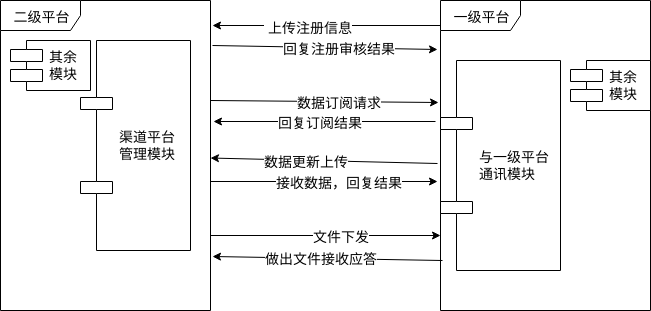
The draw.io diagram IOT-communication.png in waterwatermelon/graph, before a commit. Source tidied: cells renumbered, new cells last; positions are measured from the earlier drawing's top-left corner, leaving out a move shared by most shapes.
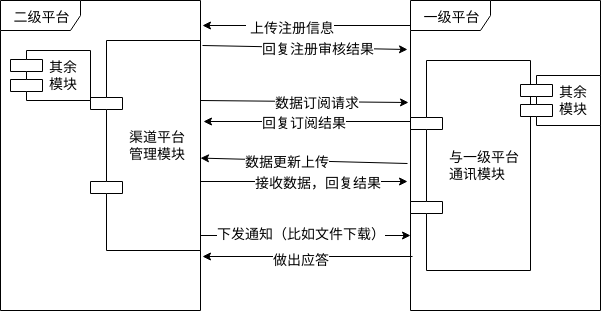
The same diagram one commit later.

Change to the diagram source:
```diff
@@ -3,16 +3,16 @@
     <mxCell id="0" />
     <mxCell id="1" parent="0" />
     <mxCell id="2" value="&lt;font style=&quot;font-size: 14px&quot;&gt;二级平台&lt;/font&gt;" style="shape=umlFrame;whiteSpace=wrap;html=1;width=80;height=30;" parent="1" vertex="1">
-      <mxGeometry width="210" height="310" as="geometry" />
+      <mxGeometry x="10" width="200" height="310" as="geometry" />
     </mxCell>
     <mxCell id="3" value="&lt;font style=&quot;font-size: 14px&quot;&gt;一级平台&lt;/font&gt;" style="shape=umlFrame;whiteSpace=wrap;html=1;width=80;height=30;" parent="1" vertex="1">
-      <mxGeometry x="440" width="210" height="310" as="geometry" />
+      <mxGeometry x="420" width="190" height="310" as="geometry" />
     </mxCell>
     <mxCell id="4" value="渠道平台&#10;管理模块" style="shape=component;align=left;spacingLeft=36;fontSize=14;" parent="1" vertex="1">
-      <mxGeometry x="80" y="40" width="110" height="210" as="geometry" />
+      <mxGeometry x="100" y="40" width="110" height="210" as="geometry" />
     </mxCell>
     <mxCell id="5" value="与一级平台&#10;通讯模块" style="shape=component;align=left;spacingLeft=36;fontSize=14;" parent="1" vertex="1">
-      <mxGeometry x="440" y="60" width="120" height="210" as="geometry" />
+      <mxGeometry x="420" y="60" width="120" height="210" as="geometry" />
     </mxCell>
     <mxCell id="6" style="endArrow=classic;html=1;fontSize=14;exitX=0;exitY=0.081;exitDx=0;exitDy=0;exitPerimeter=0;entryX=1.01;entryY=0.081;entryDx=0;entryDy=0;entryPerimeter=0;" parent="1" edge="1" source="3" target="2">
       <mxGeometry relative="1" as="geometry" />
@@ -43,14 +43,16 @@
     <mxCell id="14" style="endArrow=classic;html=1;fontSize=14;entryX=0;entryY=0.758;entryDx=0;entryDy=0;entryPerimeter=0;exitX=1;exitY=0.758;exitDx=0;exitDy=0;exitPerimeter=0;" parent="1" edge="1" source="2" target="3">
       <mxGeometry relative="1" as="geometry" />
     </mxCell>
-    <mxCell id="15" value="&lt;span&gt;文件下发&lt;/span&gt;&lt;br&gt;" style="text;html=1;align=center;verticalAlign=middle;labelBackgroundColor=#ffffff;fontSize=14;" parent="14" vertex="1">
-      <mxGeometry x="0.13" relative="1" as="geometry" />
+    <mxCell id="15" value="下发通知（比如文件下载）&lt;br&gt;" style="text;html=1;align=center;verticalAlign=middle;labelBackgroundColor=#ffffff;fontSize=14;" parent="14" vertex="1">
+      <mxGeometry x="0.13" relative="1" as="geometry">
+        <mxPoint x="-19" y="-3" as="offset" />
+      </mxGeometry>
     </mxCell>
     <mxCell id="16" value="其余&#10;模块" style="shape=component;align=left;spacingLeft=36;fontSize=14;" parent="1" vertex="1">
-      <mxGeometry x="10" y="40" width="80" height="50" as="geometry" />
+      <mxGeometry x="20" y="50" width="80" height="50" as="geometry" />
     </mxCell>
     <mxCell id="17" value="其余&#10;模块" style="shape=component;align=left;spacingLeft=36;fontSize=14;" parent="1" vertex="1">
-      <mxGeometry x="570" y="60" width="80" height="50" as="geometry" />
+      <mxGeometry x="530" y="75" width="80" height="50" as="geometry" />
     </mxCell>
     <mxCell id="18" style="endArrow=classic;html=1;fontSize=14;exitX=1;exitY=0.323;exitDx=0;exitDy=0;exitPerimeter=0;entryX=-0.01;entryY=0.329;entryDx=0;entryDy=0;entryPerimeter=0;" parent="1" edge="1" source="2" target="3">
       <mxGeometry relative="1" as="geometry" />
@@ -58,17 +60,18 @@
     <mxCell id="19" value="数据订阅请求" style="text;html=1;align=center;verticalAlign=middle;labelBackgroundColor=#ffffff;fontSize=14;" parent="18" vertex="1">
       <mxGeometry x="0.13" relative="1" as="geometry" />
     </mxCell>
-    <mxCell id="20" style="endArrow=classic;html=1;fontSize=14;exitX=0.01;exitY=0.839;exitDx=0;exitDy=0;exitPerimeter=0;" parent="1" edge="1" source="3">
+    <mxCell id="20" style="endArrow=classic;html=1;fontSize=14;" parent="1" edge="1">
       <mxGeometry relative="1" as="geometry">
+        <mxPoint x="422" y="256" as="sourcePoint" />
         <mxPoint x="212" y="256" as="targetPoint" />
       </mxGeometry>
     </mxCell>
-    <mxCell id="21" value="做出文件接收应答" style="text;html=1;align=center;verticalAlign=middle;labelBackgroundColor=#ffffff;fontSize=14;" parent="20" vertex="1">
+    <mxCell id="21" value="做出应答" style="text;html=1;align=center;verticalAlign=middle;labelBackgroundColor=#ffffff;fontSize=14;" parent="20" vertex="1">
       <mxGeometry x="0.24" y="5" relative="1" as="geometry">
-        <mxPoint x="22" y="-5" as="offset" />
+        <mxPoint x="19" y="-2.5" as="offset" />
       </mxGeometry>
     </mxCell>
-    <mxCell id="22" style="endArrow=classic;html=1;fontSize=14;exitX=-0.024;exitY=0.39;exitDx=0;exitDy=0;exitPerimeter=0;entryX=1.014;entryY=0.39;entryDx=0;entryDy=0;entryPerimeter=0;" parent="1" edge="1" source="3" target="2">
+    <mxCell id="22" style="endArrow=classic;html=1;fontSize=14;exitX=0;exitY=0.29;exitDx=0;exitDy=0;exitPerimeter=0;entryX=1.014;entryY=0.39;entryDx=0;entryDy=0;entryPerimeter=0;" parent="1" edge="1" source="5" target="2">
       <mxGeometry relative="1" as="geometry" />
     </mxCell>
     <mxCell id="23" value="回复订阅结果" style="text;html=1;align=center;verticalAlign=middle;labelBackgroundColor=#ffffff;fontSize=14;" parent="22" vertex="1">
```
